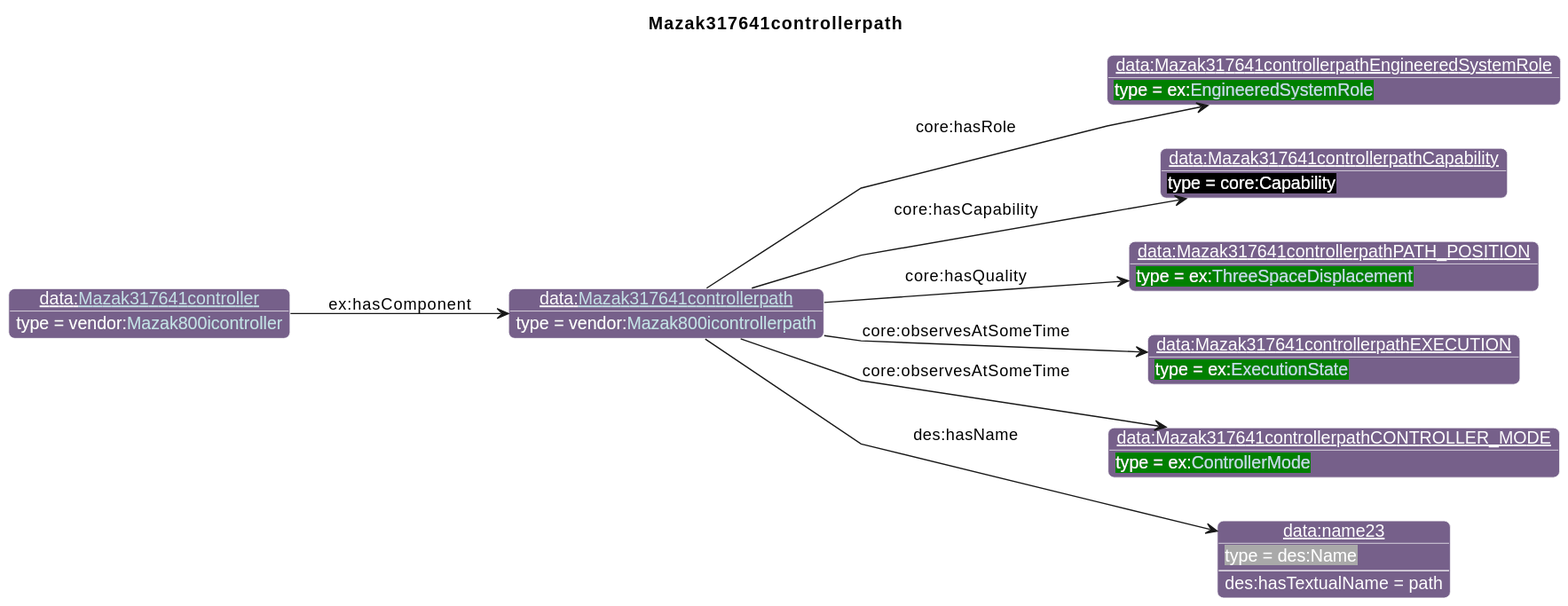
Before: diagrams/Mazak317641controllerpath.svg, a diagram exported from PlantUML (iofoundry/example-syseng-mtconnect).
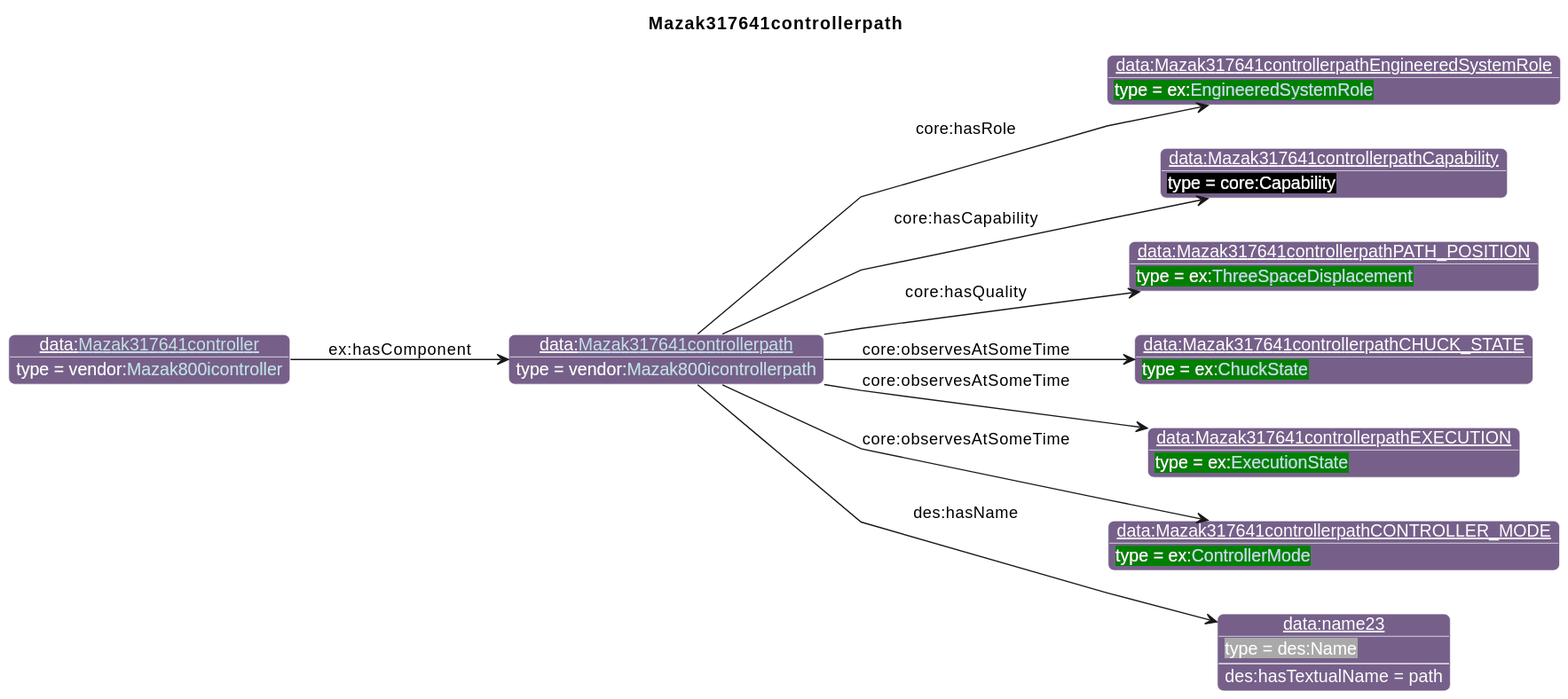
Above is the later version.

Diff of the diagram source:
```diff
@@ -29,16 +29,18 @@
 individual(o1, data:Mazak317641controllerpathEngineeredSystemRole, ex:[[../Example.html#EngineeredSystemRole EngineeredSystemRole]])
 individual(o2, data:Mazak317641controllerpathCapability, core:Capability)
 individual(o3, data:Mazak317641controllerpathPATH_POSITION, ex:[[../Example.html#ThreeSpaceDisplacement ThreeSpaceDisplacement]])
-individual(o4, data:Mazak317641controllerpathEXECUTION, ex:[[../Example.html#ExecutionState ExecutionState]])
-individual(o5, data:Mazak317641controllerpathCONTROLLER_MODE, ex:[[../Example.html#ControllerMode ControllerMode]])
-individual(o6, data:name23, des:Name)
-individual(o7, data:[[./Mazak317641controller.html Mazak317641controller]], vendor:[[../Mazak.html#Mazak800icontroller Mazak800icontroller]])
+individual(o4, data:Mazak317641controllerpathCHUCK_STATE, ex:[[../Example.html#ChuckState ChuckState]])
+individual(o5, data:Mazak317641controllerpathEXECUTION, ex:[[../Example.html#ExecutionState ExecutionState]])
+individual(o6, data:Mazak317641controllerpathCONTROLLER_MODE, ex:[[../Example.html#ControllerMode ControllerMode]])
+individual(o7, data:name23, des:Name)
+individual(o8, data:[[./Mazak317641controller.html Mazak317641controller]], vendor:[[../Mazak.html#Mazak800icontroller Mazak800icontroller]])
 property(o0, "core:hasRole", o1)
 property(o0, "core:hasCapability", o2)
 property(o0, "core:hasQuality", o3)
 property(o0, "core:observesAtSomeTime", o4)
 property(o0, "core:observesAtSomeTime", o5)
-property(o0, "des:hasName", o6)
-data(o6, "des:hasTextualName", "path")
-property(o7, "ex:hasComponent", o0)
+property(o0, "core:observesAtSomeTime", o6)
+property(o0, "des:hasName", o7)
+data(o7, "des:hasTextualName", "path")
+property(o8, "ex:hasComponent", o0)
 @enduml
```
